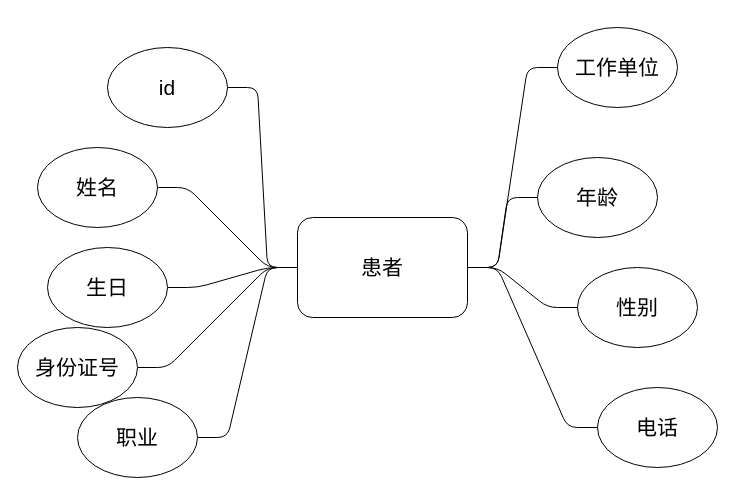
The draw.io diagram page "第 2 页" (2 of 9) of 用例图/医疗信息系统E-R图.drawio in yansiro145/-, before the edit. Source tidied: cells renumbered, new cells numbered last; positions are measured from the earlier drawing's top-left corner, leaving out a move shared by most shapes. Both pictures are drawn from the tidied source at 100%, with x=0, y=0 at pixel (17, 27).
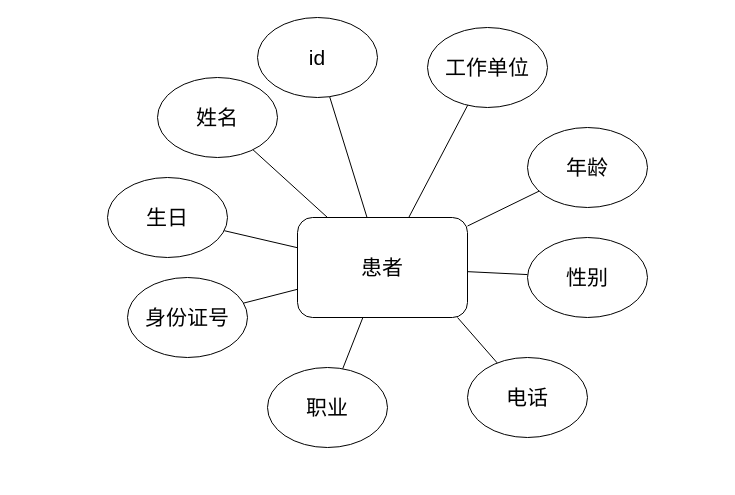
The same diagram, later.

The change refers to these unchanged cells:
```xml
<mxCell id="10" value="患者" style="rounded=1;whiteSpace=wrap;html=1;fontSize=21;labelBackgroundColor=default;endArrow=none;endFill=0;" parent="1" vertex="1">
  <mxGeometry x="280" y="190" width="170" height="100" as="geometry" />
</mxCell>
```

The edit, as a diff of the source:
```diff
@@
-    <mxCell id="2" style="edgeStyle=entityRelationEdgeStyle;jettySize=auto;html=1;fontFamily=Helvetica;fontSize=21;fontColor=default;endArrow=none;endFill=0;" parent="1" edge="1" source="10" target="18">
+    <mxCell id="2" style="jettySize=auto;html=1;fontFamily=Helvetica;fontSize=21;fontColor=default;endArrow=none;endFill=0;rounded=0;" parent="1" edge="1" source="10" target="18">
       <mxGeometry relative="1" as="geometry" />
     </mxCell>
-    <mxCell id="3" style="edgeStyle=entityRelationEdgeStyle;jettySize=auto;html=1;fontFamily=Helvetica;fontSize=21;fontColor=default;endArrow=none;endFill=0;" parent="1" edge="1" source="10" target="17">
+    <mxCell id="3" style="jettySize=auto;html=1;fontFamily=Helvetica;fontSize=21;fontColor=default;endArrow=none;endFill=0;rounded=0;" parent="1" edge="1" source="10" target="17">
       <mxGeometry relative="1" as="geometry" />
     </mxCell>
-    <mxCell id="4" style="edgeStyle=entityRelationEdgeStyle;jettySize=auto;html=1;fontFamily=Helvetica;fontSize=21;fontColor=default;endArrow=none;endFill=0;" parent="1" edge="1" source="10" target="16">
-      <mxGeometry relative="1" as="geometry" />
+    <mxCell id="4" style="jettySize=auto;html=1;fontFamily=Helvetica;fontSize=21;fontColor=default;endArrow=none;endFill=0;rounded=0;" parent="1" edge="1" target="16">
+      <mxGeometry relative="1" as="geometry">
+        <mxPoint x="440" y="290" as="sourcePoint" />
+      </mxGeometry>
     </mxCell>
-    <mxCell id="5" style="edgeStyle=entityRelationEdgeStyle;jettySize=auto;html=1;fontFamily=Helvetica;fontSize=21;fontColor=default;endArrow=none;endFill=0;" parent="1" edge="1" source="10" target="15">
+    <mxCell id="5" style="jettySize=auto;html=1;fontFamily=Helvetica;fontSize=21;fontColor=default;endArrow=none;endFill=0;rounded=0;" parent="1" edge="1" source="10" target="15">
       <mxGeometry relative="1" as="geometry" />
     </mxCell>
-    <mxCell id="6" style="edgeStyle=entityRelationEdgeStyle;jettySize=auto;html=1;fontFamily=Helvetica;fontSize=21;fontColor=default;endArrow=none;endFill=0;" parent="1" edge="1" source="10" target="14">
+    <mxCell id="6" style="jettySize=auto;html=1;fontFamily=Helvetica;fontSize=21;fontColor=default;endArrow=none;endFill=0;rounded=0;" parent="1" edge="1" source="10" target="14">
       <mxGeometry relative="1" as="geometry" />
     </mxCell>
-    <mxCell id="7" style="edgeStyle=entityRelationEdgeStyle;jettySize=auto;html=1;fontFamily=Helvetica;fontSize=21;fontColor=default;endArrow=none;endFill=0;" parent="1" edge="1" source="10" target="13">
+    <mxCell id="7" style="jettySize=auto;html=1;fontFamily=Helvetica;fontSize=21;fontColor=default;endArrow=none;endFill=0;rounded=0;" parent="1" edge="1" source="10" target="13">
       <mxGeometry relative="1" as="geometry" />
     </mxCell>
-    <mxCell id="8" style="edgeStyle=entityRelationEdgeStyle;jettySize=auto;html=1;fontFamily=Helvetica;fontSize=21;fontColor=default;endArrow=none;endFill=0;" parent="1" edge="1" source="10" target="11">
+    <mxCell id="8" style="jettySize=auto;html=1;fontFamily=Helvetica;fontSize=21;fontColor=default;endArrow=none;endFill=0;rounded=0;" parent="1" edge="1" source="10" target="11">
       <mxGeometry relative="1" as="geometry" />
     </mxCell>
-    <mxCell id="9" style="edgeStyle=entityRelationEdgeStyle;jettySize=auto;html=1;fontFamily=Helvetica;fontSize=21;fontColor=default;endArrow=none;endFill=0;" parent="1" edge="1" source="10" target="12">
+    <mxCell id="9" style="jettySize=auto;html=1;fontFamily=Helvetica;fontSize=21;fontColor=default;endArrow=none;endFill=0;rounded=0;" parent="1" edge="1" source="10" target="12">
       <mxGeometry relative="1" as="geometry" />
     </mxCell>
@@
     <mxCell id="11" value="&lt;font style=&quot;font-size: 21px;&quot;&gt;id&lt;/font&gt;" style="ellipse;whiteSpace=wrap;html=1;fontSize=21;labelBackgroundColor=default;endArrow=none;rounded=1;endFill=0;" parent="1" vertex="1">
-      <mxGeometry x="90" y="20" width="120" height="80" as="geometry" />
+      <mxGeometry x="240" y="-10" width="120" height="80" as="geometry" />
     </mxCell>
     <mxCell id="12" value="姓名" style="ellipse;whiteSpace=wrap;html=1;fontSize=21;labelBackgroundColor=default;endArrow=none;rounded=1;endFill=0;" parent="1" vertex="1">
-      <mxGeometry x="20" y="120" width="120" height="80" as="geometry" />
+      <mxGeometry x="140" y="50" width="120" height="80" as="geometry" />
     </mxCell>
     <mxCell id="13" value="生日" style="ellipse;whiteSpace=wrap;html=1;fontSize=21;labelBackgroundColor=default;endArrow=none;rounded=1;endFill=0;" parent="1" vertex="1">
-      <mxGeometry x="30" y="220" width="120" height="80" as="geometry" />
+      <mxGeometry x="90" y="150" width="120" height="80" as="geometry" />
     </mxCell>
     <mxCell id="14" value="身份证号" style="ellipse;whiteSpace=wrap;html=1;fontSize=21;labelBackgroundColor=default;endArrow=none;rounded=1;endFill=0;" parent="1" vertex="1">
-      <mxGeometry y="300" width="120" height="80" as="geometry" />
+      <mxGeometry x="110" y="250" width="120" height="80" as="geometry" />
     </mxCell>
     <mxCell id="15" value="职业" style="ellipse;whiteSpace=wrap;html=1;fontSize=21;labelBackgroundColor=default;endArrow=none;rounded=1;endFill=0;" parent="1" vertex="1">
-      <mxGeometry x="60" y="370" width="120" height="80" as="geometry" />
+      <mxGeometry x="250" y="340" width="120" height="80" as="geometry" />
     </mxCell>
     <mxCell id="16" value="电话" style="ellipse;whiteSpace=wrap;html=1;fontSize=21;labelBackgroundColor=default;endArrow=none;rounded=1;endFill=0;" parent="1" vertex="1">
-      <mxGeometry x="580" y="360" width="120" height="80" as="geometry" />
+      <mxGeometry x="450" y="330" width="120" height="80" as="geometry" />
     </mxCell>
     <mxCell id="17" value="性别" style="ellipse;whiteSpace=wrap;html=1;fontSize=21;labelBackgroundColor=default;endArrow=none;rounded=1;endFill=0;" parent="1" vertex="1">
-      <mxGeometry x="560" y="240" width="120" height="80" as="geometry" />
+      <mxGeometry x="510" y="210" width="120" height="80" as="geometry" />
     </mxCell>
     <mxCell id="18" value="年龄" style="ellipse;whiteSpace=wrap;html=1;fontSize=21;" parent="1" vertex="1">
-      <mxGeometry x="520" y="130" width="120" height="80" as="geometry" />
+      <mxGeometry x="510" y="100" width="120" height="80" as="geometry" />
     </mxCell>
     <mxCell id="19" value="工作单位" style="ellipse;whiteSpace=wrap;html=1;fontSize=21;labelBackgroundColor=default;endArrow=none;rounded=1;endFill=0;" parent="1" vertex="1">
-      <mxGeometry x="540" width="120" height="80" as="geometry" />
+      <mxGeometry x="410" width="120" height="80" as="geometry" />
     </mxCell>
-    <mxCell id="20" style="edgeStyle=entityRelationEdgeStyle;jettySize=auto;html=1;fontFamily=Helvetica;fontSize=21;fontColor=default;endArrow=none;endFill=0;" parent="1" edge="1" source="10" target="19">
+    <mxCell id="20" style="jettySize=auto;html=1;fontFamily=Helvetica;fontSize=21;fontColor=default;endArrow=none;endFill=0;rounded=0;" parent="1" edge="1" source="10" target="19">
       <mxGeometry relative="1" as="geometry" />
     </mxCell>
```
